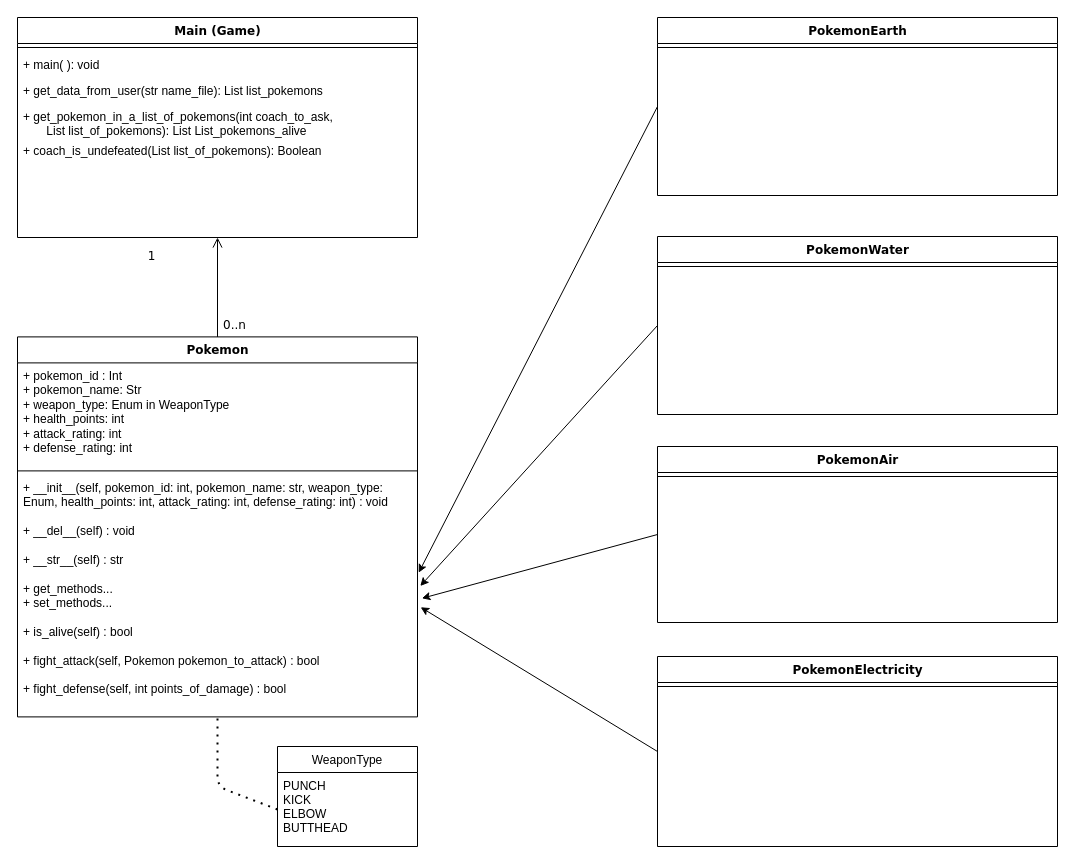
This is page "UML" (1 of 2) of diagrams/class-diagram.drawio from lidia-veli/POO-Pokemon, a draw.io file, before an edit. Source tidied: cells renumbered, new cells numbered last; positions are measured from the earlier drawing's top-left corner, leaving out a move shared by most shapes. Both pictures are drawn from the tidied source at 100%, with x=0, y=0 at pixel (17, 17).
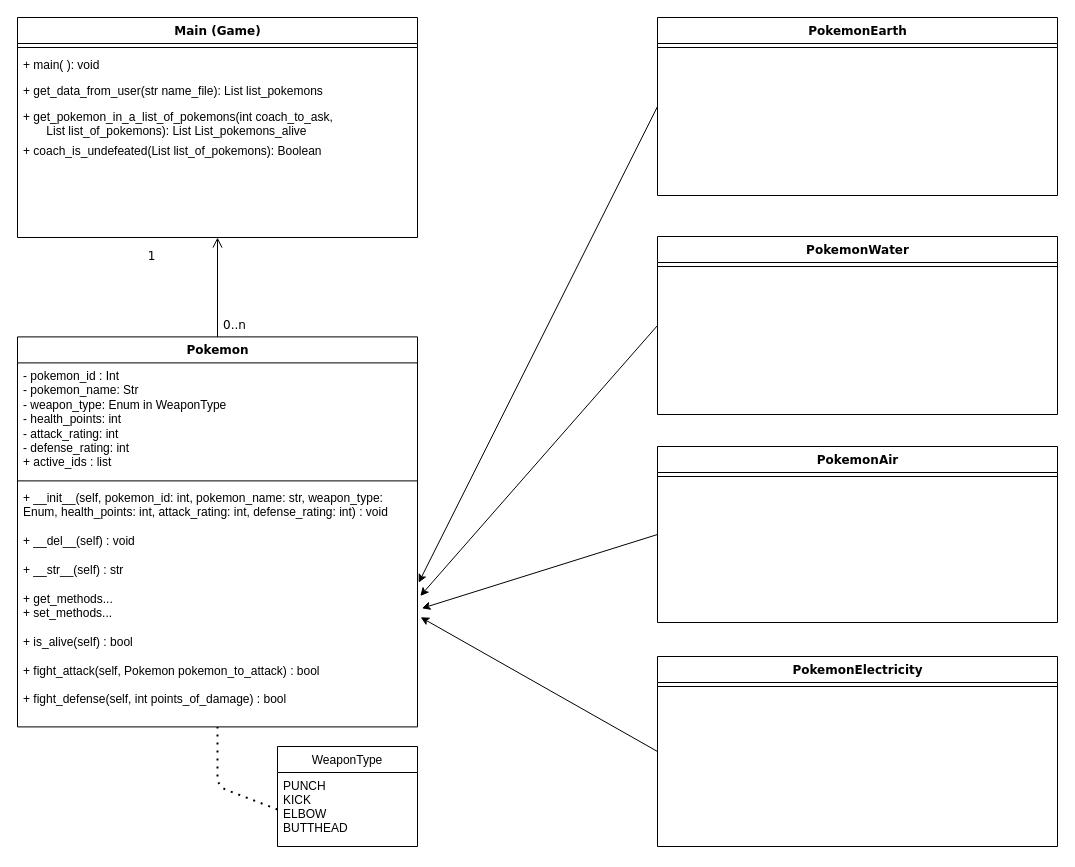
The same page after the edit.

Commit message (it also covers changes not shown here):
clase Pokemon tests verificados

The edit, as a diff of the source:
```diff
@@
     <mxCell id="17" value="Pokemon" style="swimlane;html=1;fontStyle=1;align=center;verticalAlign=top;horizontal=1;startSize=26;swimlaneFillColor=none;rounded=0;shadow=0;comic=0;labelBackgroundColor=none;strokeWidth=1;fillColor=none;fontFamily=Verdana;fontSize=12;" parent="1" vertex="1">
-      <mxGeometry y="319.4" width="400" height="380" as="geometry" />
+      <mxGeometry y="319.4" width="400" height="390" as="geometry" />
     </mxCell>
-    <mxCell id="18" value="+ pokemon_id : Int&lt;br&gt;+ pokemon_name: Str&lt;br&gt;+ weapon_type: Enum in WeaponType&lt;br&gt;+ health_points: int&lt;br&gt;+ attack_rating: int&lt;br&gt;+ defense_rating: int" style="text;html=1;strokeColor=none;fillColor=none;align=left;verticalAlign=top;spacingLeft=4;spacingRight=4;whiteSpace=wrap;overflow=hidden;" parent="17" vertex="1">
-      <mxGeometry y="26" width="400" height="104" as="geometry" />
+    <mxCell id="18" value="- pokemon_id : Int&lt;br&gt;- pokemon_name: Str&lt;br&gt;- weapon_type: Enum in WeaponType&lt;br&gt;- health_points: int&lt;br&gt;- attack_rating: int&lt;br&gt;- defense_rating: int&lt;br&gt;+ active_ids : list" style="text;html=1;strokeColor=none;fillColor=none;align=left;verticalAlign=top;spacingLeft=4;spacingRight=4;whiteSpace=wrap;overflow=hidden;" parent="17" vertex="1">
+      <mxGeometry y="26" width="400" height="114" as="geometry" />
     </mxCell>
     <mxCell id="19" style="line;html=1;strokeWidth=1;fillColor=none;align=left;verticalAlign=middle;spacingTop=-1;spacingLeft=3;spacingRight=3;labelPosition=right;" parent="17" vertex="1">
-      <mxGeometry y="130" width="400" height="8" as="geometry" />
+      <mxGeometry y="140" width="400" height="8" as="geometry" />
     </mxCell>
     <mxCell id="20" value="+ __init__(self, pokemon_id: int, pokemon_name: str, weapon_type: Enum, health_points: int, attack_rating: int, defense_rating: int) : void&lt;br&gt;&lt;br&gt;+ __del__(self) : void&lt;br&gt;&lt;br&gt;+ __str__(self) : str&lt;br&gt;&lt;br&gt;+ get_methods...&lt;br&gt;+ set_methods...&lt;br&gt;&lt;br&gt;+ is_alive(self) : bool&lt;br&gt;&lt;br&gt;+ fight_attack(self, Pokemon pokemon_to_attack) : bool&lt;br&gt;&lt;br&gt;+ fight_defense(self, int points_of_damage) : bool" style="text;html=1;strokeColor=none;fillColor=none;align=left;verticalAlign=top;spacingLeft=4;spacingRight=4;whiteSpace=wrap;overflow=hidden;points=[[0,0.5],[1,0.5]];portConstraint=eastwest;" parent="17" vertex="1">
-      <mxGeometry y="138" width="400" height="242" as="geometry" />
+      <mxGeometry y="148" width="400" height="242" as="geometry" />
     </mxCell>
```
